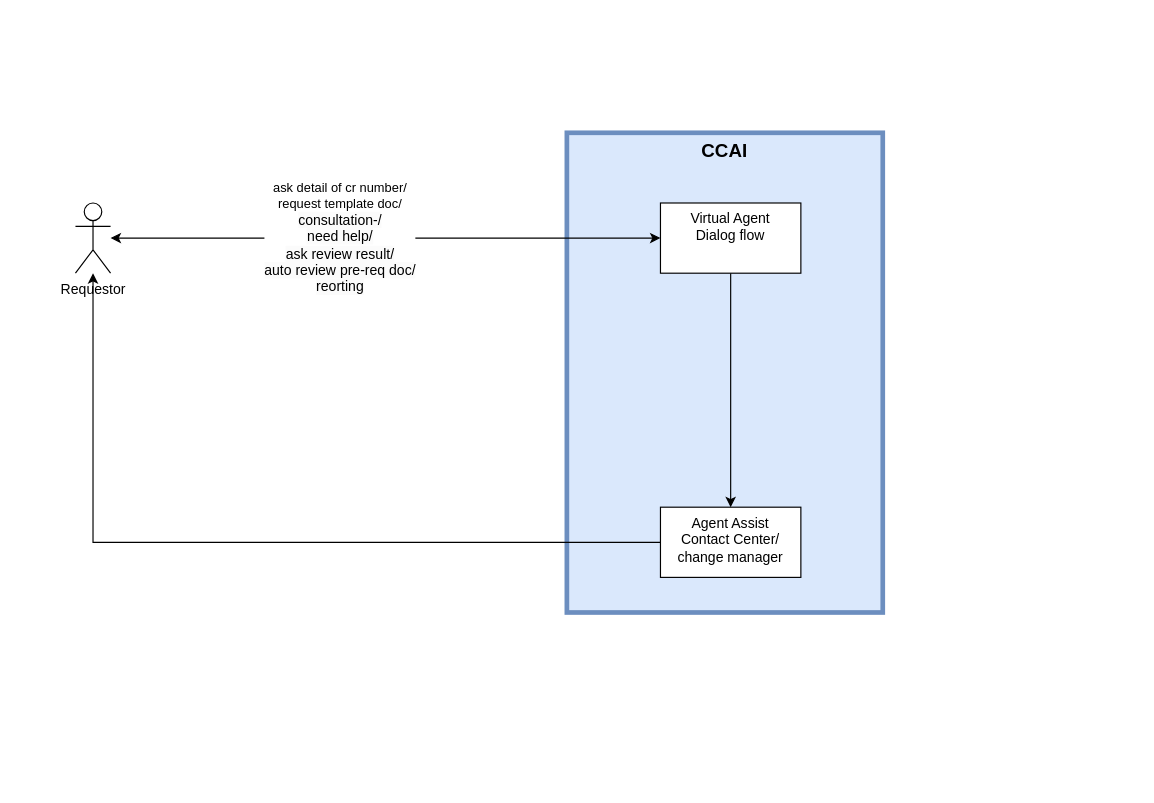
This is ccai-dialogflow.drawio from msyadid/HelloWorld, a draw.io file, before an edit. Source tidied: cells renumbered, new cells numbered last; positions are measured from the earlier drawing's top-left corner, leaving out a move shared by most shapes. Both pictures are drawn from the tidied source at 117%, with x=0, y=0 at pixel (75, 132).
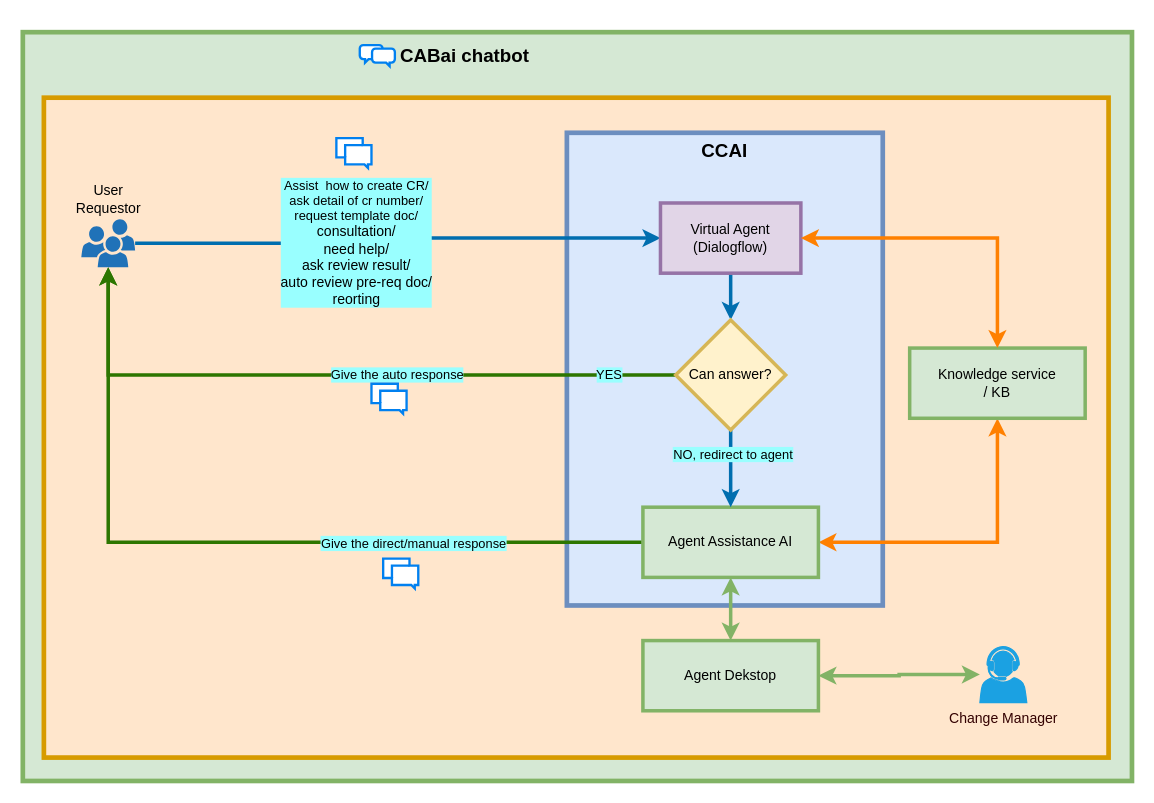
Above is the later version.

Diff of the diagram source:
```diff
@@
+    <mxCell id="11" style="rounded=0;whiteSpace=wrap;html=1;fillColor=#d5e8d4;strokeColor=#82b366;strokeWidth=4;" parent="1" vertex="1">
+      <mxGeometry x="-45" y="-86" width="948" height="640" as="geometry" />
+    </mxCell>
+    <mxCell id="12" style="rounded=0;whiteSpace=wrap;html=1;fillColor=#ffe6cc;strokeColor=#d79b00;strokeWidth=4;" parent="1" vertex="1">
+      <mxGeometry x="-27" y="-30" width="910" height="564" as="geometry" />
+    </mxCell>
     <mxCell id="2" style="rounded=0;whiteSpace=wrap;html=1;fillColor=#dae8fc;strokeColor=#6c8ebf;strokeWidth=4;" parent="1" vertex="1">
-      <mxGeometry x="420" width="270" height="410" as="geometry" />
+      <mxGeometry x="420" width="270" height="404" as="geometry" />
     </mxCell>
-    <mxCell id="3" style="edgeStyle=orthogonalEdgeStyle;rounded=0;jettySize=auto;html=1;startArrow=classic;startFill=1;" parent="1" edge="1" source="5" target="7">
+    <mxCell id="3" style="edgeStyle=orthogonalEdgeStyle;rounded=0;jettySize=auto;html=1;startArrow=none;startFill=0;fillColor=#1ba1e2;strokeColor=#006EAF;strokeWidth=3;" parent="1" edge="1" source="24" target="7">
       <mxGeometry relative="1" as="geometry" />
     </mxCell>
-    <mxCell id="4" value="ask detail of cr number/&lt;br&gt;request template doc/&lt;br style=&quot;border-color: var(--border-color); font-size: 12px; background-color: rgb(251, 251, 251);&quot;&gt;&lt;span style=&quot;font-size: 12px; background-color: rgb(251, 251, 251);&quot;&gt;consultation-/&lt;br&gt;need help/&lt;br&gt;ask review result/&lt;br&gt;auto review pre-req doc/&lt;br&gt;reorting&lt;/span&gt;" style="edgeLabel;html=1;align=center;verticalAlign=middle;" parent="3" vertex="1">
+    <mxCell id="4" value="Assist&amp;nbsp; how to create CR/&lt;br&gt;ask detail of cr number/&lt;br&gt;request template doc/&lt;br style=&quot;border-color: var(--border-color); font-size: 12px;&quot;&gt;&lt;span style=&quot;font-size: 12px;&quot;&gt;consultation/&lt;br&gt;need help/&lt;br&gt;ask review result/&lt;br&gt;auto review pre-req doc/&lt;br&gt;reorting&lt;/span&gt;" style="edgeLabel;html=1;align=center;verticalAlign=middle;labelBackgroundColor=#99FFFF;" parent="3" vertex="1">
       <mxGeometry x="-0.17" y="1" relative="1" as="geometry" />
     </mxCell>
-    <mxCell id="5" value="Requestor" style="shape=umlActor;verticalLabelPosition=bottom;verticalAlign=top;html=1;outlineConnect=0;" parent="1" vertex="1">
-      <mxGeometry y="60" width="30" height="60" as="geometry" />
-    </mxCell>
-    <mxCell id="6" style="edgeStyle=orthogonalEdgeStyle;rounded=0;jettySize=auto;html=1;" parent="1" edge="1" source="7" target="9">
-      <mxGeometry relative="1" as="geometry" />
-    </mxCell>
+    <mxCell id="13" style="edgeStyle=orthogonalEdgeStyle;rounded=0;jettySize=auto;html=1;entryX=0.5;entryY=0;entryDx=0;entryDy=0;fillColor=#1ba1e2;strokeColor=#006EAF;strokeWidth=3;" parent="1" edge="1" source="7" target="22">
+      <mxGeometry relative="1" as="geometry" />
+    </mxCell>
-    <mxCell id="7" value="Virtual Agent&lt;br&gt;Dialog flow" style="whiteSpace=wrap;html=1;verticalAlign=top;" parent="1" vertex="1">
+    <mxCell id="7" value="Virtual Agent&lt;br&gt;(Dialogflow)" style="whiteSpace=wrap;html=1;verticalAlign=middle;strokeWidth=3;fillColor=#e1d5e7;strokeColor=#9673a6;" parent="1" vertex="1">
       <mxGeometry x="500" y="60" width="120" height="60" as="geometry" />
     </mxCell>
-    <mxCell id="8" style="edgeStyle=orthogonalEdgeStyle;rounded=0;jettySize=auto;html=1;" parent="1" edge="1" source="9" target="5">
+    <mxCell id="8" style="edgeStyle=orthogonalEdgeStyle;rounded=0;jettySize=auto;html=1;fillColor=#60a917;strokeColor=#2D7600;strokeWidth=3;" parent="1" edge="1" source="9" target="24">
       <mxGeometry relative="1" as="geometry" />
     </mxCell>
+    <mxCell id="14" value="Give the direct/manual response" style="edgeLabel;html=1;align=center;verticalAlign=middle;labelBackgroundColor=#99FFFF;" parent="8" vertex="1">
+      <mxGeometry x="-0.43" relative="1" as="geometry" />
+    </mxCell>
+    <mxCell id="15" style="edgeStyle=orthogonalEdgeStyle;rounded=0;jettySize=auto;html=1;entryX=0.5;entryY=1;entryDx=0;entryDy=0;startArrow=classic;startFill=1;strokeWidth=3;strokeColor=#FF8000;" parent="1" edge="1" source="9" target="28">
+      <mxGeometry relative="1" as="geometry" />
+    </mxCell>
+    <mxCell id="16" style="edgeStyle=orthogonalEdgeStyle;rounded=0;jettySize=auto;html=1;entryX=0.5;entryY=0;entryDx=0;entryDy=0;strokeWidth=3;fillColor=#d5e8d4;strokeColor=#82b366;startArrow=classic;startFill=1;" parent="1" edge="1" source="9" target="32">
+      <mxGeometry relative="1" as="geometry" />
+    </mxCell>
-    <mxCell id="9" value="Agent Assist&lt;br&gt;Contact Center/&lt;br&gt;change manager" style="whiteSpace=wrap;html=1;verticalAlign=top;" parent="1" vertex="1">
-      <mxGeometry x="500" y="320" width="120" height="60" as="geometry" />
+    <mxCell id="9" value="Agent Assistance AI" style="whiteSpace=wrap;html=1;verticalAlign=middle;strokeWidth=3;fillColor=#d5e8d4;strokeColor=#82b366;" parent="1" vertex="1">
+      <mxGeometry x="485" y="320" width="150" height="60" as="geometry" />
     </mxCell>
@@
+    <mxCell id="17" style="edgeStyle=orthogonalEdgeStyle;rounded=0;jettySize=auto;html=1;fillColor=#60a917;strokeColor=#2D7600;strokeWidth=3;" parent="1" edge="1" source="22" target="24">
+      <mxGeometry relative="1" as="geometry" />
+    </mxCell>
+    <mxCell id="18" value="Give the auto response" style="edgeLabel;html=1;align=center;verticalAlign=middle;labelBackgroundColor=#99FFFF;" parent="17" vertex="1">
+      <mxGeometry x="-0.17" y="-1" relative="1" as="geometry" />
+    </mxCell>
+    <mxCell id="19" value="YES" style="edgeLabel;html=1;align=center;verticalAlign=middle;labelBackgroundColor=#99FFFF;" parent="17" vertex="1">
+      <mxGeometry x="-0.8" y="-1" relative="1" as="geometry" />
+    </mxCell>
+    <mxCell id="20" style="edgeStyle=orthogonalEdgeStyle;rounded=0;jettySize=auto;html=1;entryX=0.5;entryY=0;entryDx=0;entryDy=0;fillColor=#1ba1e2;strokeColor=#006EAF;strokeWidth=3;" parent="1" edge="1" source="22" target="9">
+      <mxGeometry relative="1" as="geometry" />
+    </mxCell>
+    <mxCell id="21" value="NO, redirect to agent" style="edgeLabel;html=1;align=center;verticalAlign=middle;labelBackgroundColor=#99FFFF;" parent="20" vertex="1">
+      <mxGeometry x="-0.39" y="1" relative="1" as="geometry" />
+    </mxCell>
+    <mxCell id="22" value="Can answer?" style="rhombus;whiteSpace=wrap;html=1;strokeWidth=3;fillColor=#fff2cc;strokeColor=#d6b656;" parent="1" vertex="1">
+      <mxGeometry x="513" y="160" width="94" height="94" as="geometry" />
+    </mxCell>
+    <mxCell id="23" value="CABai chatbot" style="text;html=1;strokeColor=none;fillColor=none;align=center;verticalAlign=middle;whiteSpace=wrap;rounded=0;strokeWidth=1;fontStyle=1;fontSize=16;" parent="1" vertex="1">
+      <mxGeometry x="273" y="-96" width="120" height="60" as="geometry" />
+    </mxCell>
+    <mxCell id="24" value="User&lt;br&gt;Requestor" style="sketch=0;shadow=0;dashed=0;html=1;strokeColor=none;labelPosition=center;verticalLabelPosition=top;verticalAlign=bottom;outlineConnect=0;align=center;shape=mxgraph.office.users.users;fillColor=#2072B8;" parent="1" vertex="1">
+      <mxGeometry x="5" y="74" width="46" height="41" as="geometry" />
+    </mxCell>
+    <mxCell id="25" style="html=1;verticalLabelPosition=bottom;align=center;labelBackgroundColor=#ffffff;verticalAlign=top;strokeWidth=2;strokeColor=#0080F0;shadow=0;dashed=0;shape=mxgraph.ios7.icons.messages;" parent="1" vertex="1">
+      <mxGeometry x="223" y="4.5" width="30" height="25.5" as="geometry" />
+    </mxCell>
+    <mxCell id="26" style="html=1;verticalLabelPosition=bottom;align=center;labelBackgroundColor=#ffffff;verticalAlign=top;strokeWidth=2;strokeColor=#0080F0;shadow=0;dashed=0;shape=mxgraph.ios7.icons.messages;" parent="1" vertex="1">
+      <mxGeometry x="253" y="214.5" width="30" height="25.5" as="geometry" />
+    </mxCell>
+    <mxCell id="27" style="html=1;verticalLabelPosition=bottom;align=center;labelBackgroundColor=#ffffff;verticalAlign=top;strokeWidth=2;strokeColor=#0080F0;shadow=0;dashed=0;shape=mxgraph.ios7.icons.messages;" parent="1" vertex="1">
+      <mxGeometry x="263" y="364" width="30" height="25.5" as="geometry" />
+    </mxCell>
+    <mxCell id="28" value="Knowledge service&lt;br&gt;/ KB" style="whiteSpace=wrap;html=1;verticalAlign=middle;strokeWidth=3;fillColor=#d5e8d4;strokeColor=#82b366;align=center;" parent="1" vertex="1">
+      <mxGeometry x="713" y="184" width="150" height="60" as="geometry" />
+    </mxCell>
+    <mxCell id="29" style="html=1;verticalLabelPosition=bottom;align=center;labelBackgroundColor=#ffffff;verticalAlign=top;strokeWidth=2;strokeColor=#0080F0;shadow=0;dashed=0;shape=mxgraph.ios7.icons.chat;" parent="1" vertex="1">
+      <mxGeometry x="243" y="-75" width="30" height="18" as="geometry" />
+    </mxCell>
+    <mxCell id="30" style="edgeStyle=orthogonalEdgeStyle;rounded=0;jettySize=auto;html=1;entryX=0.5;entryY=0;entryDx=0;entryDy=0;startArrow=classic;startFill=1;strokeWidth=3;strokeColor=#FF8000;exitX=1;exitY=0.5;exitDx=0;exitDy=0;" parent="1" edge="1" source="7" target="28">
+      <mxGeometry relative="1" as="geometry" />
+    </mxCell>
+    <mxCell id="31" style="edgeStyle=orthogonalEdgeStyle;rounded=0;jettySize=auto;html=1;startArrow=classic;startFill=1;strokeWidth=3;fillColor=#d5e8d4;strokeColor=#82b366;" parent="1" edge="1" source="32" target="33">
+      <mxGeometry relative="1" as="geometry" />
+    </mxCell>
+    <mxCell id="32" value="Agent Dekstop" style="whiteSpace=wrap;html=1;verticalAlign=middle;strokeWidth=3;fillColor=#d5e8d4;strokeColor=#82b366;align=center;" parent="1" vertex="1">
+      <mxGeometry x="485" y="434" width="150" height="60" as="geometry" />
+    </mxCell>
+    <mxCell id="33" value="&lt;font color=&quot;#330000&quot;&gt;Change Manager&lt;/font&gt;" style="sketch=0;shadow=0;dashed=0;html=1;strokeColor=#1BA1E2;fillColor=#1ba1e2;labelPosition=center;verticalLabelPosition=bottom;verticalAlign=top;outlineConnect=0;align=center;shape=mxgraph.office.users.call_center_agent;fontColor=#ffffff;" parent="1" vertex="1">
+      <mxGeometry x="773" y="439" width="40.1" height="48" as="geometry" />
+    </mxCell>
```
